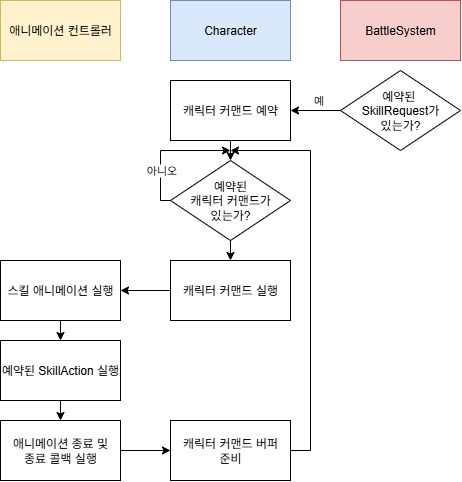
Before: Images/CharacterCommandFlowchart.png, a diagram exported from draw.io (nejukmaster/AtentsPro). Source tidied: cells renumbered, new cells last; positions are measured from the earlier drawing's top-left corner, leaving out a move shared by most shapes. The source it was exported from:
```xml
<mxGraphModel>
  <root>
    <mxCell id="0" />
    <mxCell id="1" parent="0" />
    <mxCell id="2" value="Character" style="rounded=0;whiteSpace=wrap;html=1;fillColor=#dae8fc;strokeColor=#6c8ebf;" parent="1" vertex="1">
      <mxGeometry x="170" width="120" height="60" as="geometry" />
    </mxCell>
    <mxCell id="3" value="BattleSystem" style="rounded=0;whiteSpace=wrap;html=1;fillColor=#f8cecc;strokeColor=#b85450;" parent="1" vertex="1">
      <mxGeometry x="340" width="120" height="60" as="geometry" />
    </mxCell>
    <mxCell id="4" value="예약된&amp;nbsp;&lt;div&gt;SkillRequest가&lt;div&gt;있는가?&lt;/div&gt;&lt;/div&gt;" style="rhombus;whiteSpace=wrap;html=1;" parent="1" vertex="1">
      <mxGeometry x="340" y="70" width="120" height="80" as="geometry" />
    </mxCell>
    <mxCell id="5" style="endArrow=classic;html=1;rounded=0;exitX=0;exitY=0.5;exitDx=0;exitDy=0;entryX=1;entryY=0.5;entryDx=0;entryDy=0;" parent="1" edge="1" source="4" target="7">
      <mxGeometry relative="1" as="geometry" />
    </mxCell>
    <mxCell id="6" value="예" style="edgeLabel;html=1;align=center;verticalAlign=middle;" parent="5" vertex="1">
      <mxGeometry x="-0.09" y="-2" relative="1" as="geometry">
        <mxPoint y="-8" as="offset" />
      </mxGeometry>
    </mxCell>
    <mxCell id="7" value="캐릭터 커맨드 예약" style="rounded=0;whiteSpace=wrap;html=1;" parent="1" vertex="1">
      <mxGeometry x="170" y="80" width="120" height="60" as="geometry" />
    </mxCell>
    <mxCell id="8" value="예약된&lt;div&gt;캐릭터 커맨드가&lt;/div&gt;&lt;div&gt;있는가?&lt;/div&gt;" style="rhombus;whiteSpace=wrap;html=1;" parent="1" vertex="1">
      <mxGeometry x="170" y="160" width="120" height="80" as="geometry" />
    </mxCell>
    <mxCell id="9" style="endArrow=classic;html=1;rounded=0;exitX=0.5;exitY=1;exitDx=0;exitDy=0;entryX=0.5;entryY=0;entryDx=0;entryDy=0;" parent="1" edge="1" source="7" target="8">
      <mxGeometry relative="1" as="geometry" />
    </mxCell>
    <mxCell id="10" style="endArrow=classic;html=1;rounded=0;exitX=0;exitY=0.5;exitDx=0;exitDy=0;" parent="1" edge="1" source="8">
      <mxGeometry relative="1" as="geometry">
        <mxPoint x="230" y="150" as="targetPoint" />
        <Array as="points">
          <mxPoint x="160" y="200" />
          <mxPoint x="160" y="150" />
        </Array>
      </mxGeometry>
    </mxCell>
    <mxCell id="11" value="아니오" style="edgeLabel;html=1;align=center;verticalAlign=middle;" parent="10" vertex="1">
      <mxGeometry x="-0.38" y="-1" relative="1" as="geometry" />
    </mxCell>
    <mxCell id="12" value="캐릭터 커맨드 실행" style="rounded=0;whiteSpace=wrap;html=1;" parent="1" vertex="1">
      <mxGeometry x="170" y="260" width="120" height="60" as="geometry" />
    </mxCell>
    <mxCell id="13" style="endArrow=classic;html=1;rounded=0;exitX=0.5;exitY=1;exitDx=0;exitDy=0;entryX=0.5;entryY=0;entryDx=0;entryDy=0;" parent="1" edge="1" source="8" target="12">
      <mxGeometry relative="1" as="geometry" />
    </mxCell>
    <mxCell id="14" value="스킬 애니메이션 실행" style="rounded=0;whiteSpace=wrap;html=1;" parent="1" vertex="1">
      <mxGeometry y="260" width="120" height="60" as="geometry" />
    </mxCell>
    <mxCell id="15" style="endArrow=classic;html=1;rounded=0;exitX=0;exitY=0.5;exitDx=0;exitDy=0;entryX=1;entryY=0.5;entryDx=0;entryDy=0;" parent="1" edge="1" source="12" target="14">
      <mxGeometry relative="1" as="geometry" />
    </mxCell>
    <mxCell id="16" value="예약된 SkillAction 실행" style="rounded=0;whiteSpace=wrap;html=1;" parent="1" vertex="1">
      <mxGeometry y="340" width="120" height="60" as="geometry" />
    </mxCell>
    <mxCell id="17" value="애니메이션 컨트롤러" style="rounded=0;whiteSpace=wrap;html=1;fillColor=#fff2cc;strokeColor=#d6b656;" parent="1" vertex="1">
      <mxGeometry width="120" height="60" as="geometry" />
    </mxCell>
    <mxCell id="18" style="endArrow=classic;html=1;rounded=0;exitX=0.5;exitY=1;exitDx=0;exitDy=0;entryX=0.5;entryY=0;entryDx=0;entryDy=0;" parent="1" edge="1" source="14" target="16">
      <mxGeometry relative="1" as="geometry" />
    </mxCell>
    <mxCell id="19" value="애니메이션 종료 및&lt;div&gt;종료 콜백 실행&lt;/div&gt;" style="rounded=0;whiteSpace=wrap;html=1;" parent="1" vertex="1">
      <mxGeometry y="420" width="120" height="60" as="geometry" />
    </mxCell>
    <mxCell id="20" style="endArrow=classic;html=1;rounded=0;exitX=0.5;exitY=1;exitDx=0;exitDy=0;entryX=0.5;entryY=0;entryDx=0;entryDy=0;" parent="1" edge="1" source="16" target="19">
      <mxGeometry relative="1" as="geometry" />
    </mxCell>
    <mxCell id="21" value="캐릭터 커맨드 버퍼&lt;div&gt;준비&lt;/div&gt;" style="rounded=0;whiteSpace=wrap;html=1;" parent="1" vertex="1">
      <mxGeometry x="170" y="420" width="120" height="60" as="geometry" />
    </mxCell>
    <mxCell id="22" style="endArrow=classic;html=1;rounded=0;exitX=1;exitY=0.5;exitDx=0;exitDy=0;entryX=0;entryY=0.5;entryDx=0;entryDy=0;" parent="1" edge="1" source="19" target="21">
      <mxGeometry relative="1" as="geometry" />
    </mxCell>
    <mxCell id="23" style="endArrow=classic;html=1;rounded=0;exitX=1;exitY=0.5;exitDx=0;exitDy=0;" parent="1" edge="1" source="21">
      <mxGeometry relative="1" as="geometry">
        <mxPoint x="230" y="150" as="targetPoint" />
        <Array as="points">
          <mxPoint x="310" y="450" />
          <mxPoint x="310" y="150" />
        </Array>
      </mxGeometry>
    </mxCell>
  </root>
</mxGraphModel>
```
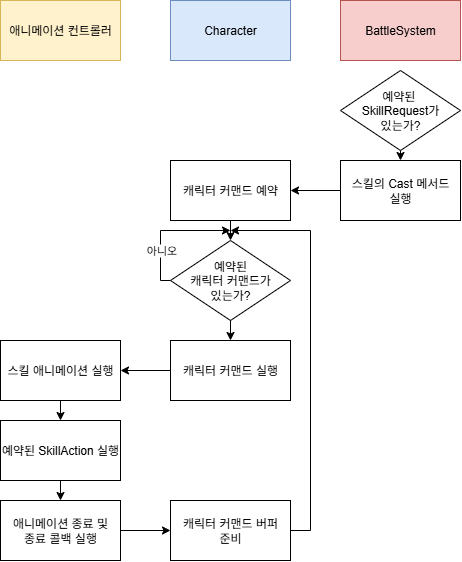
The same file after the commit.

The edit, as a diff of the source:
```diff
@@ -3,22 +3,14 @@
     <mxCell id="0" />
     <mxCell id="1" parent="0" />
     <mxCell id="2" value="Character" style="rounded=0;whiteSpace=wrap;html=1;fillColor=#dae8fc;strokeColor=#6c8ebf;" parent="1" vertex="1">
-      <mxGeometry x="170" width="120" height="60" as="geometry" />
+      <mxGeometry x="170" y="-80" width="120" height="60" as="geometry" />
     </mxCell>
     <mxCell id="3" value="BattleSystem" style="rounded=0;whiteSpace=wrap;html=1;fillColor=#f8cecc;strokeColor=#b85450;" parent="1" vertex="1">
-      <mxGeometry x="340" width="120" height="60" as="geometry" />
+      <mxGeometry x="340" y="-80" width="120" height="60" as="geometry" />
     </mxCell>
     <mxCell id="4" value="예약된&amp;nbsp;&lt;div&gt;SkillRequest가&lt;div&gt;있는가?&lt;/div&gt;&lt;/div&gt;" style="rhombus;whiteSpace=wrap;html=1;" parent="1" vertex="1">
-      <mxGeometry x="340" y="70" width="120" height="80" as="geometry" />
+      <mxGeometry x="340" y="-10" width="120" height="80" as="geometry" />
     </mxCell>
-    <mxCell id="5" style="endArrow=classic;html=1;rounded=0;exitX=0;exitY=0.5;exitDx=0;exitDy=0;entryX=1;entryY=0.5;entryDx=0;entryDy=0;" parent="1" edge="1" source="4" target="7">
-      <mxGeometry relative="1" as="geometry" />
-    </mxCell>
-    <mxCell id="6" value="예" style="edgeLabel;html=1;align=center;verticalAlign=middle;" parent="5" vertex="1">
-      <mxGeometry x="-0.09" y="-2" relative="1" as="geometry">
-        <mxPoint y="-8" as="offset" />
-      </mxGeometry>
-    </mxCell>
     <mxCell id="7" value="캐릭터 커맨드 예약" style="rounded=0;whiteSpace=wrap;html=1;" parent="1" vertex="1">
       <mxGeometry x="170" y="80" width="120" height="60" as="geometry" />
     </mxCell>
@@ -56,7 +48,7 @@
       <mxGeometry y="340" width="120" height="60" as="geometry" />
     </mxCell>
     <mxCell id="17" value="애니메이션 컨트롤러" style="rounded=0;whiteSpace=wrap;html=1;fillColor=#fff2cc;strokeColor=#d6b656;" parent="1" vertex="1">
-      <mxGeometry width="120" height="60" as="geometry" />
+      <mxGeometry y="-80" width="120" height="60" as="geometry" />
     </mxCell>
     <mxCell id="18" style="endArrow=classic;html=1;rounded=0;exitX=0.5;exitY=1;exitDx=0;exitDy=0;entryX=0.5;entryY=0;entryDx=0;entryDy=0;" parent="1" edge="1" source="14" target="16">
       <mxGeometry relative="1" as="geometry" />
@@ -82,5 +74,16 @@
         </Array>
       </mxGeometry>
     </mxCell>
+    <mxCell id="24" value="스킬의 Cast 메서드&lt;div&gt;실행&lt;/div&gt;" style="rounded=0;whiteSpace=wrap;html=1;" parent="1" vertex="1">
+      <mxGeometry x="340" y="80" width="120" height="60" as="geometry" />
+    </mxCell>
+    <mxCell id="25" style="endArrow=classic;html=1;rounded=0;exitX=0;exitY=0.5;exitDx=0;exitDy=0;entryX=1;entryY=0.5;entryDx=0;entryDy=0;" parent="1" edge="1" source="24" target="7">
+      <mxGeometry relative="1" as="geometry" />
+    </mxCell>
+    <mxCell id="26" style="endArrow=classic;html=1;rounded=0;entryX=0.5;entryY=0;entryDx=0;entryDy=0;" parent="1" edge="1" target="24">
+      <mxGeometry relative="1" as="geometry">
+        <mxPoint x="400" y="70" as="sourcePoint" />
+      </mxGeometry>
+    </mxCell>
   </root>
 </mxGraphModel>
```
